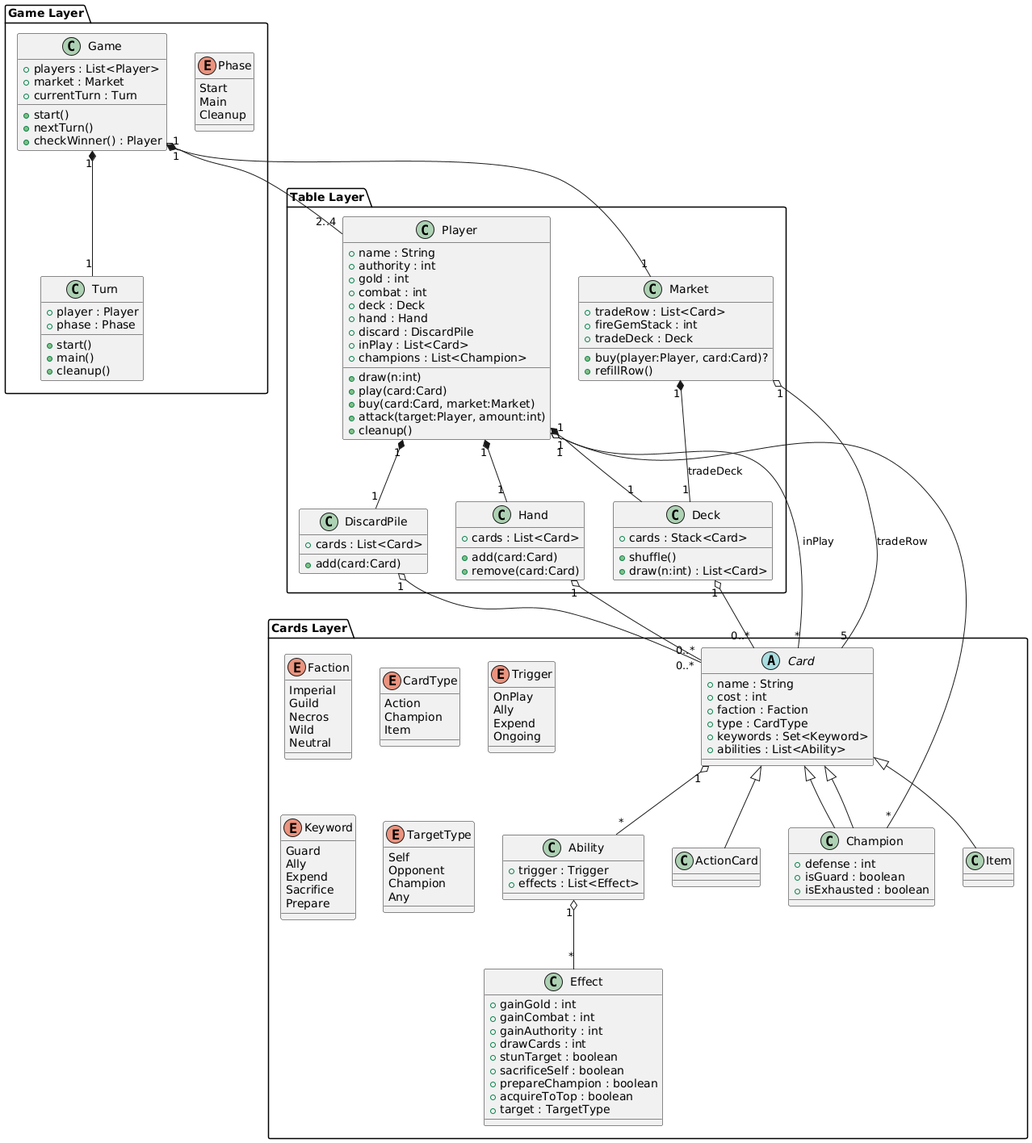
This is PolyRealms UML.png from IssamChafiq/PolyRealms, a PlantUML export, as it was before one commit. Source of this version:
```plantuml
@startuml
package "Game Layer" {
  class Game {
    +players : List<Player>
    +market : Market
    +currentTurn : Turn
    +start()
    +nextTurn()
    +checkWinner() : Player
  }

  class Turn {
    +player : Player
    +phase : Phase
    +start()
    +main()
    +cleanup()
  }

  enum Phase {
    Start
    Main
    Cleanup
  }
}

package "Table Layer" {
  class Player {
    +name : String
    +authority : int
    +gold : int
    +combat : int
    +deck : Deck
    +hand : Hand
    +discard : DiscardPile
    +inPlay : List<Card>
    +champions : List<Champion>
    +draw(n:int)
    +play(card:Card)
    +buy(card:Card, market:Market)
    +attack(target:Player, amount:int)
    +cleanup()
  }

  class Deck {
    +cards : Stack<Card>
    +shuffle()
    +draw(n:int) : List<Card>
  }

  class Hand {
    +cards : List<Card>
    +add(card:Card)
    +remove(card:Card)
  }

  class DiscardPile {
    +cards : List<Card>
    +add(card:Card)
  }

  class Market {
    +tradeRow : List<Card>
    +fireGemStack : int
    +tradeDeck : Deck
    +buy(player:Player, card:Card)?
    +refillRow()
  }
}

package "Cards Layer" {
  abstract class Card {
    +name : String
    +cost : int
    +faction : Faction
    +type : CardType
    +keywords : Set<Keyword>
    +abilities : List<Ability>
  }

  class ActionCard
  class Champion extends Card {
    +defense : int
    +isGuard : boolean
    +isExhausted : boolean
  }

  class Item {
}

  class Ability {
    +trigger : Trigger
    +effects : List<Effect>
  }

  class Effect {
    +gainGold : int
    +gainCombat : int
    +gainAuthority : int
    +drawCards : int
    +stunTarget : boolean
    +sacrificeSelf : boolean
    +prepareChampion : boolean
    +acquireToTop : boolean
    +target : TargetType
  }

  enum Faction {
    Imperial
    Guild
    Necros
    Wild
    Neutral
  }

  enum CardType {
    Action
    Champion
    Item
  }

  enum Trigger {
    OnPlay
    Ally
    Expend
    Ongoing
  }

  enum Keyword {
    Guard
    Ally
    Expend
    Sacrifice
    Prepare
  }

  enum TargetType {
    Self
    Opponent
    Champion
    Any
  }
}


Game "1" o-- "2..4" Player
Game "1" *-- "1" Market
Game "1" *-- "1" Turn

Player "1" *-- "1" Deck
Player "1" *-- "1" Hand
Player "1" *-- "1" DiscardPile
Player "1" o-- "*" Champion
Player "1" o-- "*" Card : inPlay

Card "1" o-- "*" Ability
Ability "1" o-- "*" Effect

Champion -up-|> Card
ActionCard -up-|> Card
Item -up-|> Card

Deck "1" o-- "0..*" Card
Hand "1" o-- "0..*" Card
DiscardPile "1" o-- "0..*" Card
Market "1" o-- "5" Card : tradeRow
Market "1" *-- "1" Deck : tradeDeck
@enduml
```
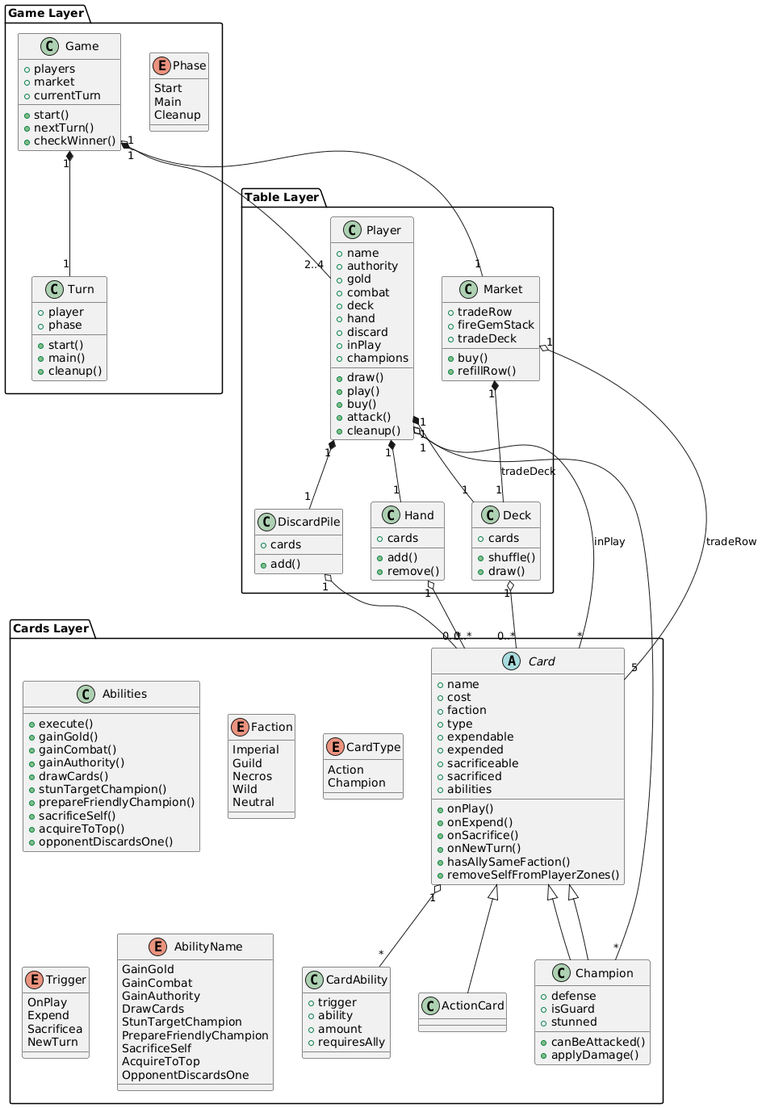
The same diagram one commit later.

Commit message:
Version 2.0 du UML (après création de module carte)

The edit, as a diff of the source:
```diff
@@ -1,17 +1,17 @@
 @startuml
 package "Game Layer" {
   class Game {
-    +players : List<Player>
-    +market : Market
-    +currentTurn : Turn
+    +players
+    +market
+    +currentTurn
     +start()
     +nextTurn()
-    +checkWinner() : Player
+    +checkWinner()
   }
 
   class Turn {
-    +player : Player
-    +phase : Phase
+    +player
+    +phase
     +start()
     +main()
     +cleanup()
@@ -26,83 +26,95 @@
 
 package "Table Layer" {
   class Player {
-    +name : String
-    +authority : int
-    +gold : int
-    +combat : int
-    +deck : Deck
-    +hand : Hand
-    +discard : DiscardPile
-    +inPlay : List<Card>
-    +champions : List<Champion>
-    +draw(n:int)
-    +play(card:Card)
-    +buy(card:Card, market:Market)
-    +attack(target:Player, amount:int)
+    +name
+    +authority
+    +gold
+    +combat
+    +deck
+    +hand
+    +discard
+    +inPlay
+    +champions
+    +draw()
+    +play()
+    +buy()
+    +attack()
     +cleanup()
   }
 
   class Deck {
-    +cards : Stack<Card>
+    +cards
     +shuffle()
-    +draw(n:int) : List<Card>
+    +draw()
   }
 
   class Hand {
-    +cards : List<Card>
-    +add(card:Card)
-    +remove(card:Card)
+    +cards
+    +add()
+    +remove()
   }
 
   class DiscardPile {
-    +cards : List<Card>
-    +add(card:Card)
+    +cards
+    +add()
   }
 
   class Market {
-    +tradeRow : List<Card>
-    +fireGemStack : int
-    +tradeDeck : Deck
-    +buy(player:Player, card:Card)?
+    +tradeRow
+    +fireGemStack
+    +tradeDeck
+    +buy()
     +refillRow()
   }
 }
 
 package "Cards Layer" {
   abstract class Card {
-    +name : String
-    +cost : int
-    +faction : Faction
-    +type : CardType
-    +keywords : Set<Keyword>
-    +abilities : List<Ability>
+    +name
+    +cost
+    +faction
+    +type
+    +expendable
+    +expended
+    +sacrificeable
+    +sacrificed
+    +abilities
+    +onPlay()
+    +onExpend()
+    +onSacrifice()
+    +onNewTurn()
+    +hasAllySameFaction()
+    +removeSelfFromPlayerZones()
   }
 
   class ActionCard
+
   class Champion extends Card {
-    +defense : int
-    +isGuard : boolean
-    +isExhausted : boolean
+    +defense
+    +isGuard
+    +stunned
+    +canBeAttacked()
+    +applyDamage()
   }
 
-  class Item {
-}
-
-  class Ability {
-    +trigger : Trigger
-    +effects : List<Effect>
+  class CardAbility {
+    +trigger
+    +ability
+    +amount
+    +requiresAlly
   }
 
-  class Effect {
-    +gainGold : int
-    +gainCombat : int
-    +gainAuthority : int
-    +drawCards : int
-    +stunTarget : boolean
-    +sacrificeSelf : boolean
-    +prepareChampion : boolean
-    +acquireToTop : boolean
-    +target : TargetType
+  class Abilities {
+    +execute()
+    +gainGold()
+    +gainCombat()
+    +gainAuthority()
+    +drawCards()
+    +stunTargetChampion()
+    +prepareFriendlyChampion()
+    +sacrificeSelf()
+    +acquireToTop()
+    +opponentDiscardsOne()
   }
 
   enum Faction {
@@ -116,32 +128,27 @@
   enum CardType {
     Action
     Champion
-    Item
   }
 
   enum Trigger {
     OnPlay
-    Ally
     Expend
-    Ongoing
+    Sacrificea
+    NewTurn
   }
 
-  enum Keyword {
-    Guard
-    Ally
-    Expend
-    Sacrifice
-    Prepare
-  }
-
-  enum TargetType {
-    Self
-    Opponent
-    Champion
-    Any
+  enum AbilityName {
+    GainGold
+    GainCombat
+    GainAuthority
+    DrawCards
+    StunTargetChampion
+    PrepareFriendlyChampion
+    SacrificeSelf
+    AcquireToTop
+    OpponentDiscardsOne
   }
 }
-
 
 Game "1" o-- "2..4" Player
 Game "1" *-- "1" Market
@@ -153,12 +160,10 @@
 Player "1" o-- "*" Champion
 Player "1" o-- "*" Card : inPlay
 
-Card "1" o-- "*" Ability
-Ability "1" o-- "*" Effect
+Card "1" o-- "*" CardAbility
 
 Champion -up-|> Card
 ActionCard -up-|> Card
-Item -up-|> Card
 
 Deck "1" o-- "0..*" Card
 Hand "1" o-- "0..*" Card
```
